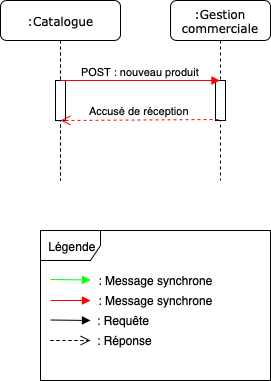
Earlier version of the draw.io export docs/uml/nouveauProduit.png (ursi-2020/gestion-commercial). Source tidied: cells renumbered, new cells last; positions are measured from the earlier drawing's top-left corner, leaving out a move shared by most shapes. Source of this version:
```xml
<mxGraphModel background="#ffffff">
  <root>
    <mxCell id="0" />
    <mxCell id="1" parent="0" />
    <mxCell id="2" value=":Gestion commerciale" style="shape=umlLifeline;perimeter=lifelinePerimeter;whiteSpace=wrap;html=1;outlineConnect=0;rounded=1;shadow=0;comic=0;labelBackgroundColor=none;strokeColor=#000000;strokeWidth=1;fillColor=#FFFFFF;fontFamily=Verdana;fontSize=12;fontColor=#000000;align=center;" parent="1" vertex="1">
      <mxGeometry x="170" width="100" height="180" as="geometry" />
    </mxCell>
    <mxCell id="3" style="html=1;points=[];perimeter=orthogonalPerimeter;" parent="2" vertex="1">
      <mxGeometry x="45" y="80" width="10" height="40" as="geometry" />
    </mxCell>
    <mxCell id="4" value=":Catalogue" style="shape=umlLifeline;perimeter=lifelinePerimeter;whiteSpace=wrap;html=1;rounded=1;shadow=0;comic=0;labelBackgroundColor=none;strokeColor=#000000;strokeWidth=1;fillColor=#FFFFFF;fontFamily=Verdana;fontSize=12;fontColor=#000000;align=center;" parent="1" vertex="1">
      <mxGeometry width="120" height="180" as="geometry" />
    </mxCell>
    <mxCell id="5" style="html=1;perimeter=orthogonalPerimeter;" parent="4" vertex="1">
      <mxGeometry x="55" y="80" width="10" height="40" as="geometry" />
    </mxCell>
    <mxCell id="6" value="POST : nouveau produit" style="html=1;verticalAlign=bottom;endArrow=block;strokeColor=#FF0000;" parent="1" edge="1" target="2">
      <mxGeometry relative="1" as="geometry">
        <mxPoint x="60" y="80" as="sourcePoint" />
      </mxGeometry>
    </mxCell>
    <mxCell id="7" value="Légende" style="shape=umlFrame;whiteSpace=wrap;html=1;" parent="1" vertex="1">
      <mxGeometry x="40" y="230" width="230" height="150" as="geometry" />
    </mxCell>
    <mxCell id="8" value=": Message synchrone" style="text;html=1;strokeColor=none;fillColor=none;align=center;verticalAlign=middle;whiteSpace=wrap;rounded=0;" parent="1" vertex="1">
      <mxGeometry x="80" y="270" width="150" height="20" as="geometry" />
    </mxCell>
    <mxCell id="9" style="html=1;verticalAlign=bottom;endArrow=block;strokeColor=#FF0000;" parent="1" edge="1">
      <mxGeometry relative="1" as="geometry">
        <mxPoint x="50" y="300" as="sourcePoint" />
        <mxPoint x="90" y="300" as="targetPoint" />
      </mxGeometry>
    </mxCell>
    <mxCell id="10" value=": Message synchrone" style="text;html=1;strokeColor=none;fillColor=none;align=center;verticalAlign=middle;whiteSpace=wrap;rounded=0;" parent="1" vertex="1">
      <mxGeometry x="95" y="290" width="120" height="20" as="geometry" />
    </mxCell>
    <mxCell id="11" style="html=1;verticalAlign=bottom;endArrow=block;strokeColor=#00FF00;" parent="1" edge="1">
      <mxGeometry relative="1" as="geometry">
        <mxPoint x="50" y="279" as="sourcePoint" />
        <mxPoint x="90" y="279.5" as="targetPoint" />
      </mxGeometry>
    </mxCell>
    <mxCell id="12" style="html=1;verticalAlign=bottom;endArrow=block;strokeColor=#000000;" parent="1" edge="1">
      <mxGeometry relative="1" as="geometry">
        <mxPoint x="50" y="319.5" as="sourcePoint" />
        <mxPoint x="90" y="320" as="targetPoint" />
      </mxGeometry>
    </mxCell>
    <mxCell id="13" style="html=1;verticalAlign=bottom;endArrow=open;dashed=1;endSize=8;strokeColor=#000000;" parent="1" edge="1">
      <mxGeometry relative="1" as="geometry">
        <mxPoint x="50" y="340" as="sourcePoint" />
        <mxPoint x="90" y="340" as="targetPoint" />
      </mxGeometry>
    </mxCell>
    <mxCell id="14" value=": Requête" style="text;html=1;strokeColor=none;fillColor=none;align=left;verticalAlign=middle;whiteSpace=wrap;rounded=0;" parent="1" vertex="1">
      <mxGeometry x="95" y="310" width="120" height="20" as="geometry" />
    </mxCell>
    <mxCell id="15" value=": Réponse&amp;nbsp;" style="text;html=1;strokeColor=none;fillColor=none;align=left;verticalAlign=middle;whiteSpace=wrap;rounded=0;" parent="1" vertex="1">
      <mxGeometry x="95" y="330" width="120" height="20" as="geometry" />
    </mxCell>
    <mxCell id="16" value="Accusé de réception" style="html=1;verticalAlign=bottom;endArrow=open;dashed=1;endSize=8;strokeColor=#FF0000;exitX=0.3;exitY=0.975;exitDx=0;exitDy=0;exitPerimeter=0;" parent="1" edge="1" source="3">
      <mxGeometry relative="1" as="geometry">
        <mxPoint x="60" y="120" as="targetPoint" />
      </mxGeometry>
    </mxCell>
  </root>
</mxGraphModel>
```
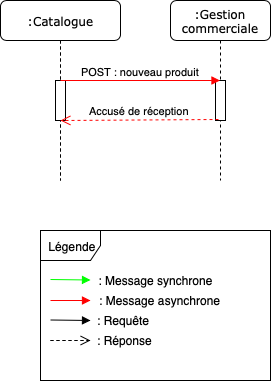
After the commit.

Change to the diagram source:
```diff
@@ -31,8 +31,8 @@
         <mxPoint x="90" y="300" as="targetPoint" />
       </mxGeometry>
     </mxCell>
-    <mxCell id="10" value=": Message synchrone" style="text;html=1;strokeColor=none;fillColor=none;align=center;verticalAlign=middle;whiteSpace=wrap;rounded=0;" parent="1" vertex="1">
-      <mxGeometry x="95" y="290" width="120" height="20" as="geometry" />
+    <mxCell id="10" value=": Message asynchrone &amp;nbsp;" style="text;html=1;strokeColor=none;fillColor=none;align=center;verticalAlign=middle;whiteSpace=wrap;rounded=0;" parent="1" vertex="1">
+      <mxGeometry x="95" y="290" width="135" height="20" as="geometry" />
     </mxCell>
     <mxCell id="11" style="html=1;verticalAlign=bottom;endArrow=block;strokeColor=#00FF00;" parent="1" edge="1">
       <mxGeometry relative="1" as="geometry">
```
